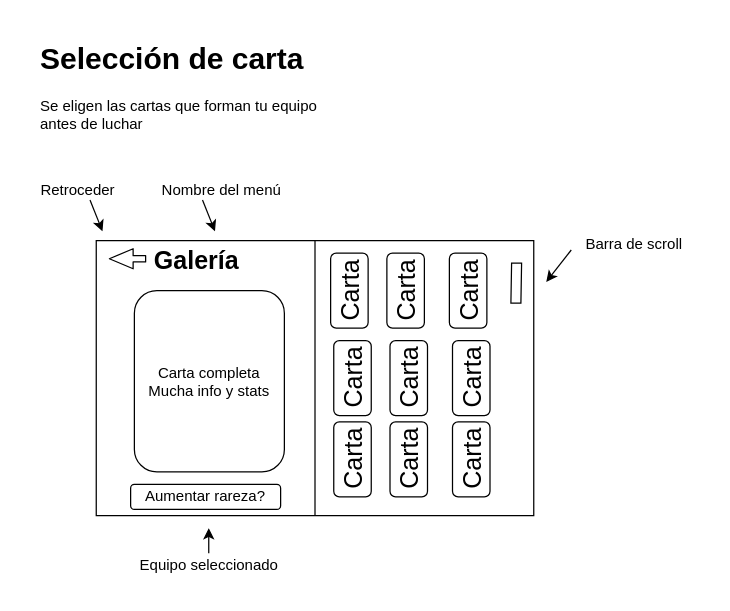
Before: Concept/UI/Drawios/Galeria.drawio in djalfadevs/djalfadevs.github.io, a draw.io diagram. Source tidied: cells renumbered, new cells numbered last; positions are measured from the earlier drawing's top-left corner, leaving out a move shared by most shapes. Both pictures are drawn from the tidied source at 125%, with x=0, y=0 at pixel (20, 34).
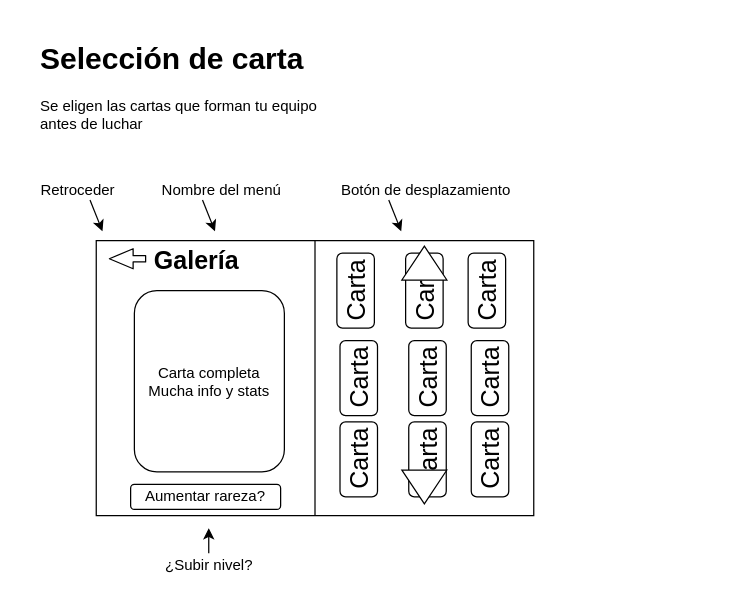
The same diagram, later.

The edit, as a diff of the source:
```diff
@@
     <mxCell id="6" value="Carta" style="rounded=1;whiteSpace=wrap;html=1;fontSize=20;rotation=-90;" parent="1" vertex="1">
-      <mxGeometry x="235.5" y="325" width="60" height="30" as="geometry" />
+      <mxGeometry x="240.5" y="325" width="60" height="30" as="geometry" />
     </mxCell>
@@
-    <mxCell id="8" style="rounded=0;whiteSpace=wrap;html=1;fontSize=20;rotation=91;" parent="1" vertex="1">
-      <mxGeometry x="380.5" y="195" width="32" height="8" as="geometry" />
-    </mxCell>
-    <mxCell id="9" value="&lt;div style=&quot;font-size: 12px;&quot;&gt;Barra de scroll&lt;/div&gt;&lt;div style=&quot;font-size: 12px;&quot;&gt;&lt;br style=&quot;font-size: 12px;&quot;&gt;&lt;/div&gt;" style="text;html=1;strokeColor=none;fillColor=none;align=center;verticalAlign=middle;whiteSpace=wrap;rounded=0;fontSize=12;direction=south;" parent="1" vertex="1">
-      <mxGeometry x="430.5" y="155" width="120" height="40" as="geometry" />
-    </mxCell>
@@
     <mxCell id="11" value="Carta" style="rounded=1;whiteSpace=wrap;html=1;fontSize=20;rotation=-90;" parent="1" vertex="1">
-      <mxGeometry x="280.5" y="325" width="60" height="30" as="geometry" />
+      <mxGeometry x="295.5" y="325" width="60" height="30" as="geometry" />
     </mxCell>
     <mxCell id="12" value="Carta" style="rounded=1;whiteSpace=wrap;html=1;fontSize=20;rotation=-90;" parent="1" vertex="1">
-      <mxGeometry x="330.5" y="325" width="60" height="30" as="geometry" />
+      <mxGeometry x="345.5" y="325" width="60" height="30" as="geometry" />
     </mxCell>
     <mxCell id="13" value="Carta" style="rounded=1;whiteSpace=wrap;html=1;fontSize=20;rotation=-90;" parent="1" vertex="1">
-      <mxGeometry x="235.5" y="260" width="60" height="30" as="geometry" />
+      <mxGeometry x="240.5" y="260" width="60" height="30" as="geometry" />
     </mxCell>
     <mxCell id="14" value="Carta" style="rounded=1;whiteSpace=wrap;html=1;fontSize=20;rotation=-90;" parent="1" vertex="1">
-      <mxGeometry x="280.5" y="260" width="60" height="30" as="geometry" />
+      <mxGeometry x="295.5" y="260" width="60" height="30" as="geometry" />
     </mxCell>
     <mxCell id="15" value="Carta" style="rounded=1;whiteSpace=wrap;html=1;fontSize=20;rotation=-90;" parent="1" vertex="1">
-      <mxGeometry x="330.5" y="260" width="60" height="30" as="geometry" />
+      <mxGeometry x="345.5" y="260" width="60" height="30" as="geometry" />
     </mxCell>
     <mxCell id="16" value="Carta" style="rounded=1;whiteSpace=wrap;html=1;fontSize=20;rotation=-90;" parent="1" vertex="1">
-      <mxGeometry x="233" y="190" width="60" height="30" as="geometry" />
+      <mxGeometry x="238" y="190" width="60" height="30" as="geometry" />
     </mxCell>
     <mxCell id="17" value="Carta" style="rounded=1;whiteSpace=wrap;html=1;fontSize=20;rotation=-90;" parent="1" vertex="1">
-      <mxGeometry x="278" y="190" width="60" height="30" as="geometry" />
+      <mxGeometry x="293" y="190" width="60" height="30" as="geometry" />
     </mxCell>
     <mxCell id="18" value="Carta" style="rounded=1;whiteSpace=wrap;html=1;fontSize=20;rotation=-90;" parent="1" vertex="1">
-      <mxGeometry x="328" y="190" width="60" height="30" as="geometry" />
+      <mxGeometry x="343" y="190" width="60" height="30" as="geometry" />
     </mxCell>
@@
-    <mxCell id="21" value="&lt;div&gt;Equipo seleccionado&lt;/div&gt;" style="text;html=1;strokeColor=none;fillColor=none;align=center;verticalAlign=middle;whiteSpace=wrap;rounded=0;fontSize=12;direction=south;" parent="1" vertex="1">
+    <mxCell id="21" value="¿Subir nivel?" style="text;html=1;strokeColor=none;fillColor=none;align=center;verticalAlign=middle;whiteSpace=wrap;rounded=0;fontSize=12;direction=south;" parent="1" vertex="1">
       <mxGeometry x="90.5" y="405" width="120" height="40" as="geometry" />
     </mxCell>
@@
-    <mxCell id="25" style="endArrow=classic;html=1;strokeWidth=1;fontSize=12;" parent="1" edge="1">
-      <mxGeometry relative="1" as="geometry">
-        <mxPoint x="440.5" y="172.5" as="sourcePoint" />
-        <mxPoint x="420.5" y="198" as="targetPoint" />
-      </mxGeometry>
-    </mxCell>
@@
+    <mxCell id="27" style="triangle;whiteSpace=wrap;html=1;rotation=-90;" parent="1" vertex="1">
+      <mxGeometry x="309.5" y="165" width="27" height="36" as="geometry" />
+    </mxCell>
+    <mxCell id="28" style="triangle;whiteSpace=wrap;html=1;rotation=90;" parent="1" vertex="1">
+      <mxGeometry x="309.5" y="344" width="27" height="36" as="geometry" />
+    </mxCell>
+    <mxCell id="29" value="Botón de desplazamiento" style="text;html=1;strokeColor=none;fillColor=none;align=center;verticalAlign=middle;whiteSpace=wrap;rounded=0;fontSize=12;direction=south;" parent="1" vertex="1">
+      <mxGeometry x="250" y="105" width="149" height="40" as="geometry" />
+    </mxCell>
+    <mxCell id="30" style="endArrow=classic;html=1;strokeWidth=1;fontSize=12;" parent="1" edge="1">
+      <mxGeometry relative="1" as="geometry">
+        <mxPoint x="294.5" y="132.5" as="sourcePoint" />
+        <mxPoint x="304.5" y="157.5" as="targetPoint" />
+      </mxGeometry>
+    </mxCell>
```
